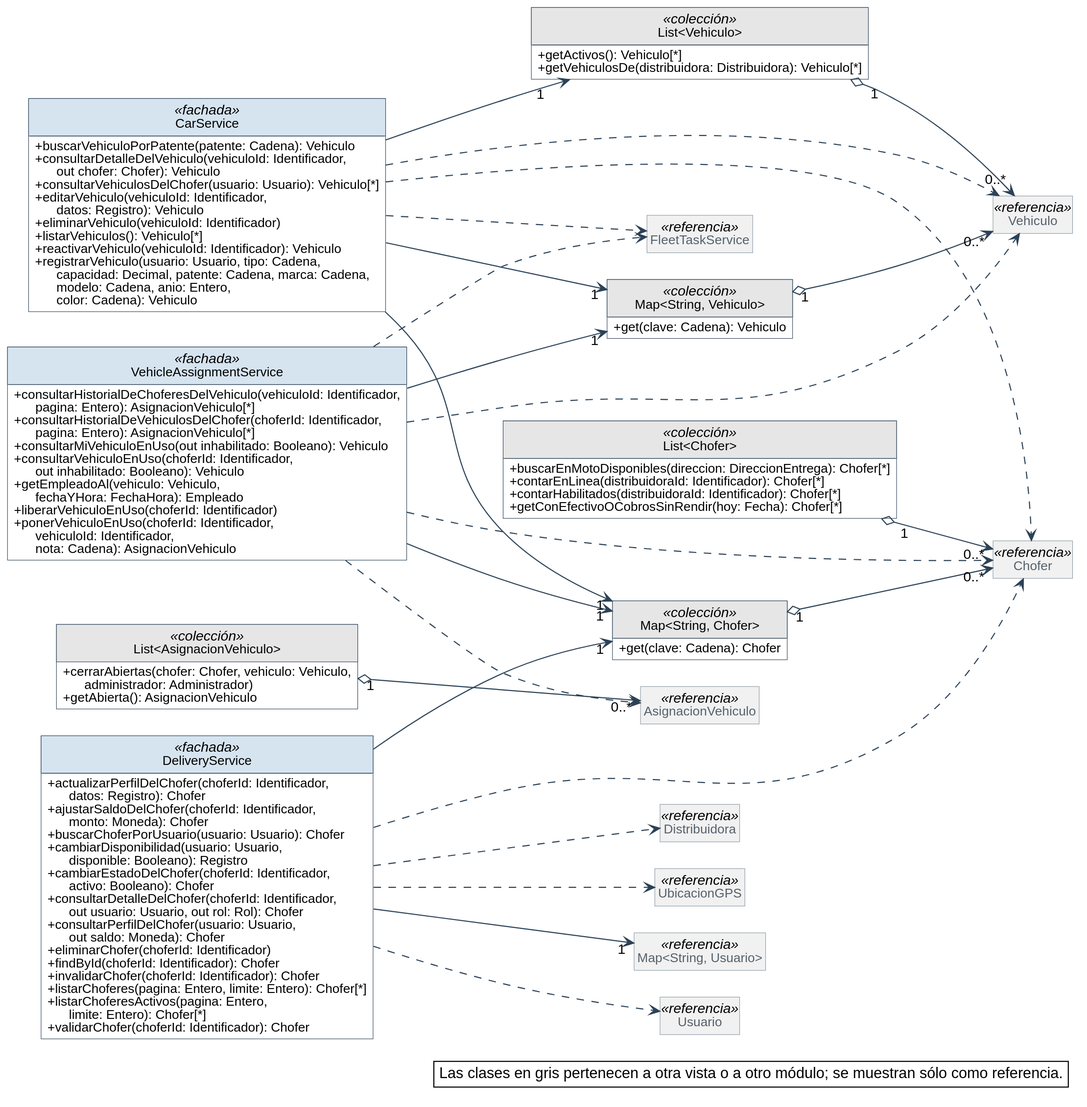
Before: diagramas/clases-diseno/DC_Mod_Choferes-y-vehiculos.svg, a diagram exported from PlantUML (Nahuelito-Dev/splg-docs).
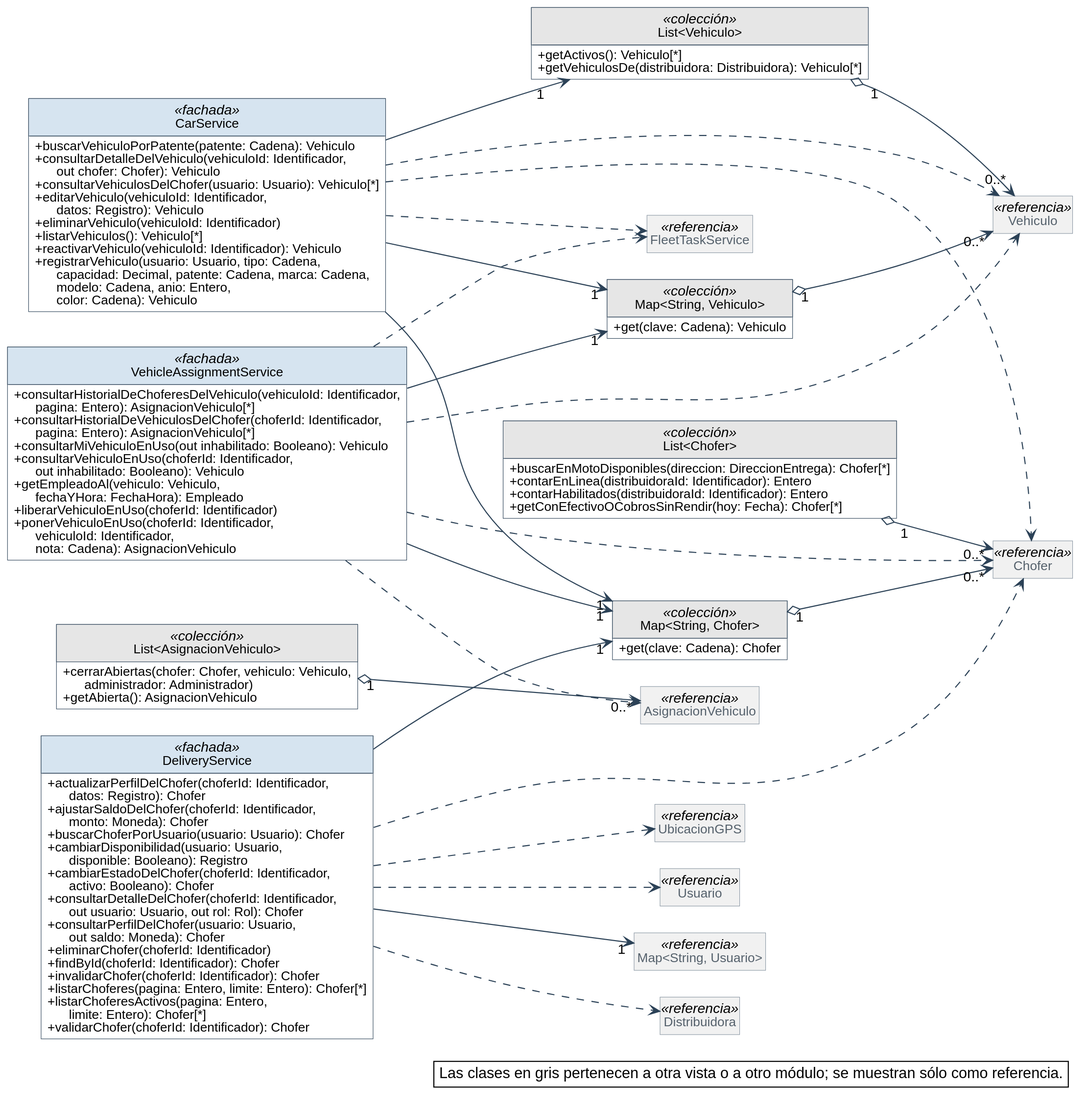
After the change.

The edit, as a diff of the source:
```diff
@@ -80,8 +80,8 @@
 }
 class "List<Chofer>" as List_Chofer <<colección>> {
   + buscarEnMotoDisponibles(direccion: DireccionEntrega): Chofer[*]
-  + contarEnLinea(distribuidoraId: Identificador): Chofer[*]
-  + contarHabilitados(distribuidoraId: Identificador): Chofer[*]
+  + contarEnLinea(distribuidoraId: Identificador): Entero
+  + contarHabilitados(distribuidoraId: Identificador): Entero
   + getConEfectivoOCobrosSinRendir(hoy: Fecha): Chofer[*]
 }
 class CarService <<fachada>> {
@@ -119,9 +119,9 @@
 class AsignacionVehiculo <<referencia>>
 class "Map<String, Usuario>" as Map_String_Usuario <<referencia>>
 class FleetTaskService <<referencia>>
-class Usuario <<referencia>>
 class Distribuidora <<referencia>>
 class UbicacionGPS <<referencia>>
+class Usuario <<referencia>>
 
 Map_String_Chofer "1" o--> "0..*" Chofer
 List_Chofer "1" o--> "0..*" Chofer
```
